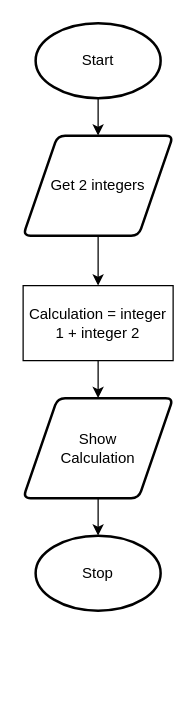
Earlier version of the draw.io diagram Integers (flowchart).drawio (Dahrio-Francois/ICS3U-Unit3-01-Python2). Source tidied: cells renumbered, new cells numbered last; positions are measured from the earlier drawing's top-left corner, leaving out a move shared by most shapes. Both pictures are drawn from the tidied source at 125%, with x=0, y=0 at pixel (22, 22).
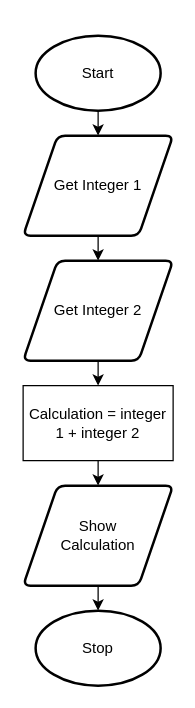
Above is the later version.

Commit message (it also covers changes not shown here):
made changes to integers (flowchart)

The edit, as a diff of the source:
```diff
@@
 <mxGraphModel>
   <root>
     <mxCell id="0" />
     <mxCell id="1" parent="0" />
     <mxCell id="2" style="edgeStyle=orthogonalEdgeStyle;html=1;entryX=0.5;entryY=0;entryDx=0;entryDy=0;" parent="1" edge="1" source="3" target="5">
       <mxGeometry relative="1" as="geometry" />
     </mxCell>
     <mxCell id="3" value="Start" style="strokeWidth=2;html=1;shape=mxgraph.flowchart.start_1;whiteSpace=wrap;" parent="1" vertex="1">
-      <mxGeometry x="10" width="100" height="60" as="geometry" />
+      <mxGeometry x="10" y="10" width="100" height="60" as="geometry" />
     </mxCell>
-    <mxCell id="4" style="edgeStyle=orthogonalEdgeStyle;html=1;" parent="1" edge="1" source="5" target="7">
-      <mxGeometry relative="1" as="geometry" />
-    </mxCell>
+    <mxCell id="11" style="edgeStyle=none;html=1;entryX=0.5;entryY=0;entryDx=0;entryDy=0;" parent="1" edge="1" source="5" target="13">
+      <mxGeometry relative="1" as="geometry" />
+    </mxCell>
-    <mxCell id="5" value="Get 2 integers" style="shape=parallelogram;html=1;strokeWidth=2;perimeter=parallelogramPerimeter;whiteSpace=wrap;rounded=1;arcSize=12;size=0.23;" parent="1" vertex="1">
+    <mxCell id="5" value="Get Integer 1" style="shape=parallelogram;html=1;strokeWidth=2;perimeter=parallelogramPerimeter;whiteSpace=wrap;rounded=1;arcSize=12;size=0.23;" parent="1" vertex="1">
       <mxGeometry y="90" width="120" height="80" as="geometry" />
     </mxCell>
-    <mxCell id="6" style="edgeStyle=none;html=1;entryX=0.5;entryY=0;entryDx=0;entryDy=0;" parent="1" edge="1" source="7" target="9">
+    <mxCell id="6" style="edgeStyle=none;html=1;exitX=0.5;exitY=1;exitDx=0;exitDy=0;entryX=0.5;entryY=0;entryDx=0;entryDy=0;" parent="1" edge="1" source="7" target="9">
       <mxGeometry relative="1" as="geometry" />
     </mxCell>
     <mxCell id="7" value="Calculation = integer 1 + integer 2" style="rounded=0;whiteSpace=wrap;html=1;" parent="1" vertex="1">
-      <mxGeometry y="210" width="120" height="60" as="geometry" />
+      <mxGeometry y="290" width="120" height="60" as="geometry" />
     </mxCell>
     <mxCell id="8" style="edgeStyle=none;html=1;entryX=0.5;entryY=0;entryDx=0;entryDy=0;entryPerimeter=0;" parent="1" edge="1" source="9" target="10">
       <mxGeometry relative="1" as="geometry" />
     </mxCell>
     <mxCell id="9" value="Show &lt;br&gt;Calculation" style="shape=parallelogram;html=1;strokeWidth=2;perimeter=parallelogramPerimeter;whiteSpace=wrap;rounded=1;arcSize=12;size=0.23;" parent="1" vertex="1">
-      <mxGeometry y="300" width="120" height="80" as="geometry" />
+      <mxGeometry y="370" width="120" height="80" as="geometry" />
     </mxCell>
     <mxCell id="10" value="Stop" style="strokeWidth=2;html=1;shape=mxgraph.flowchart.start_1;whiteSpace=wrap;" parent="1" vertex="1">
-      <mxGeometry x="10" y="410" width="100" height="60" as="geometry" />
+      <mxGeometry x="10" y="470" width="100" height="60" as="geometry" />
     </mxCell>
+    <mxCell id="12" style="edgeStyle=none;html=1;exitX=0.5;exitY=1;exitDx=0;exitDy=0;entryX=0.5;entryY=0;entryDx=0;entryDy=0;" parent="1" edge="1" source="13" target="7">
+      <mxGeometry relative="1" as="geometry" />
+    </mxCell>
+    <mxCell id="13" value="Get Integer 2" style="shape=parallelogram;html=1;strokeWidth=2;perimeter=parallelogramPerimeter;whiteSpace=wrap;rounded=1;arcSize=12;size=0.23;" parent="1" vertex="1">
+      <mxGeometry y="190" width="120" height="80" as="geometry" />
+    </mxCell>
   </root>
 </mxGraphModel>
```
